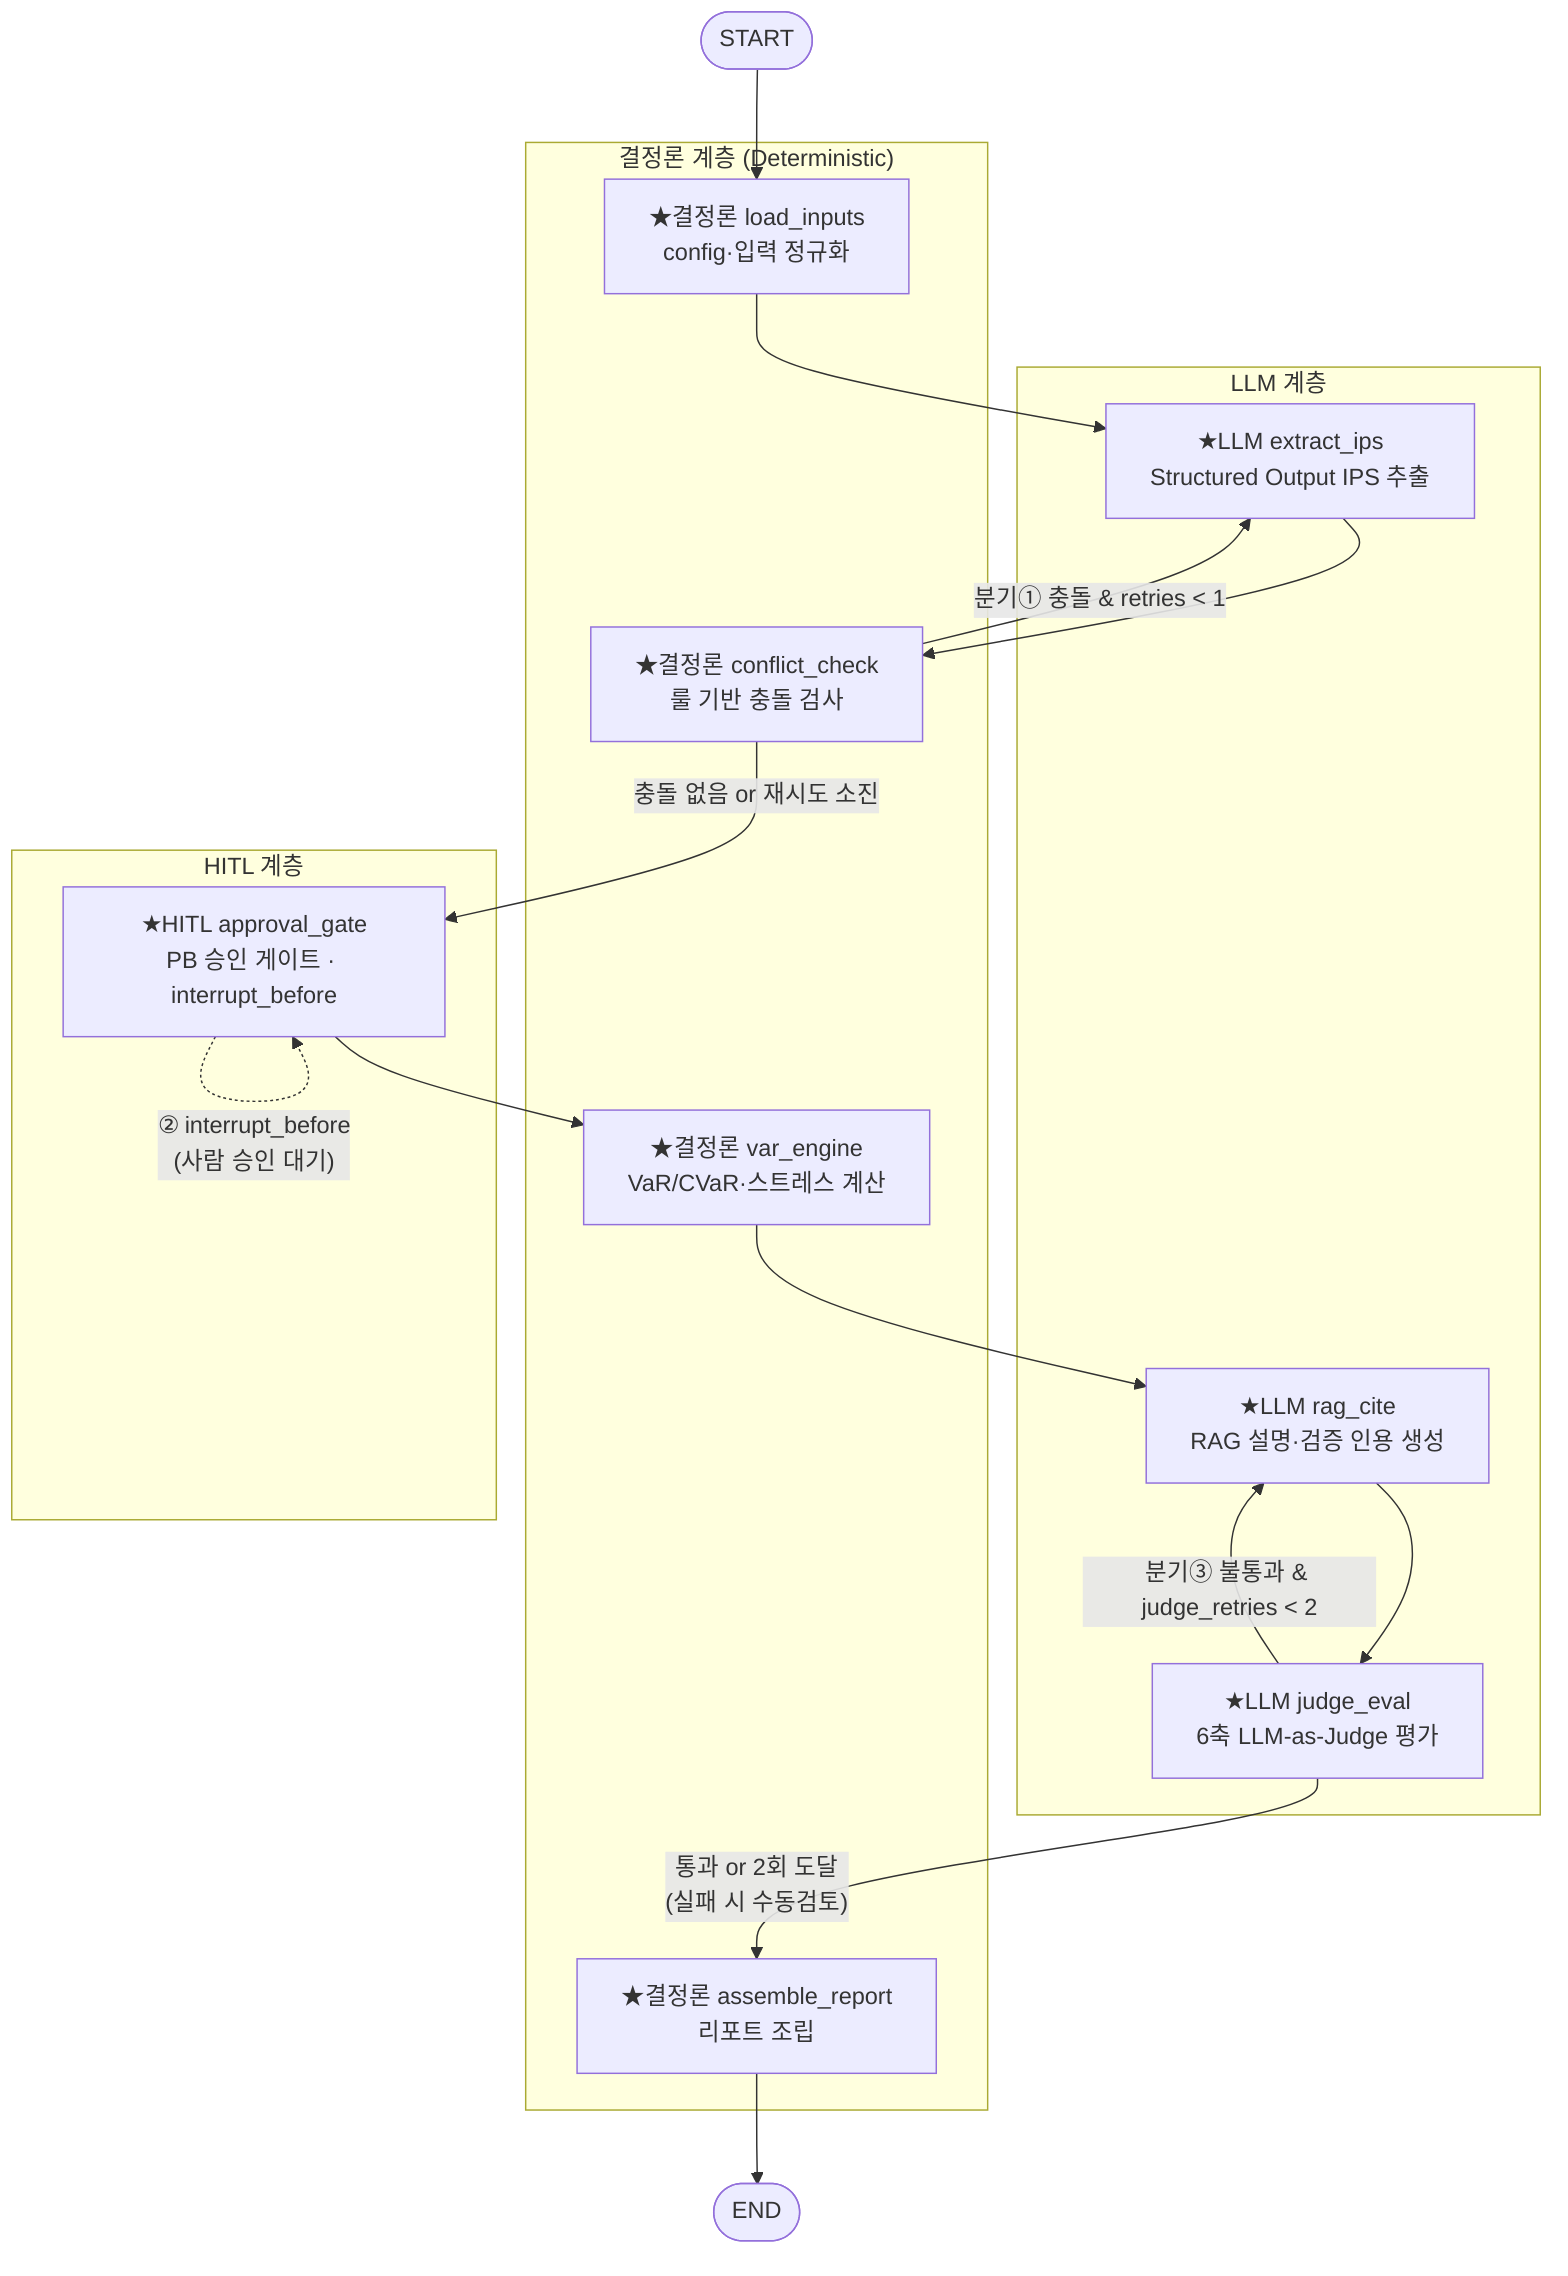
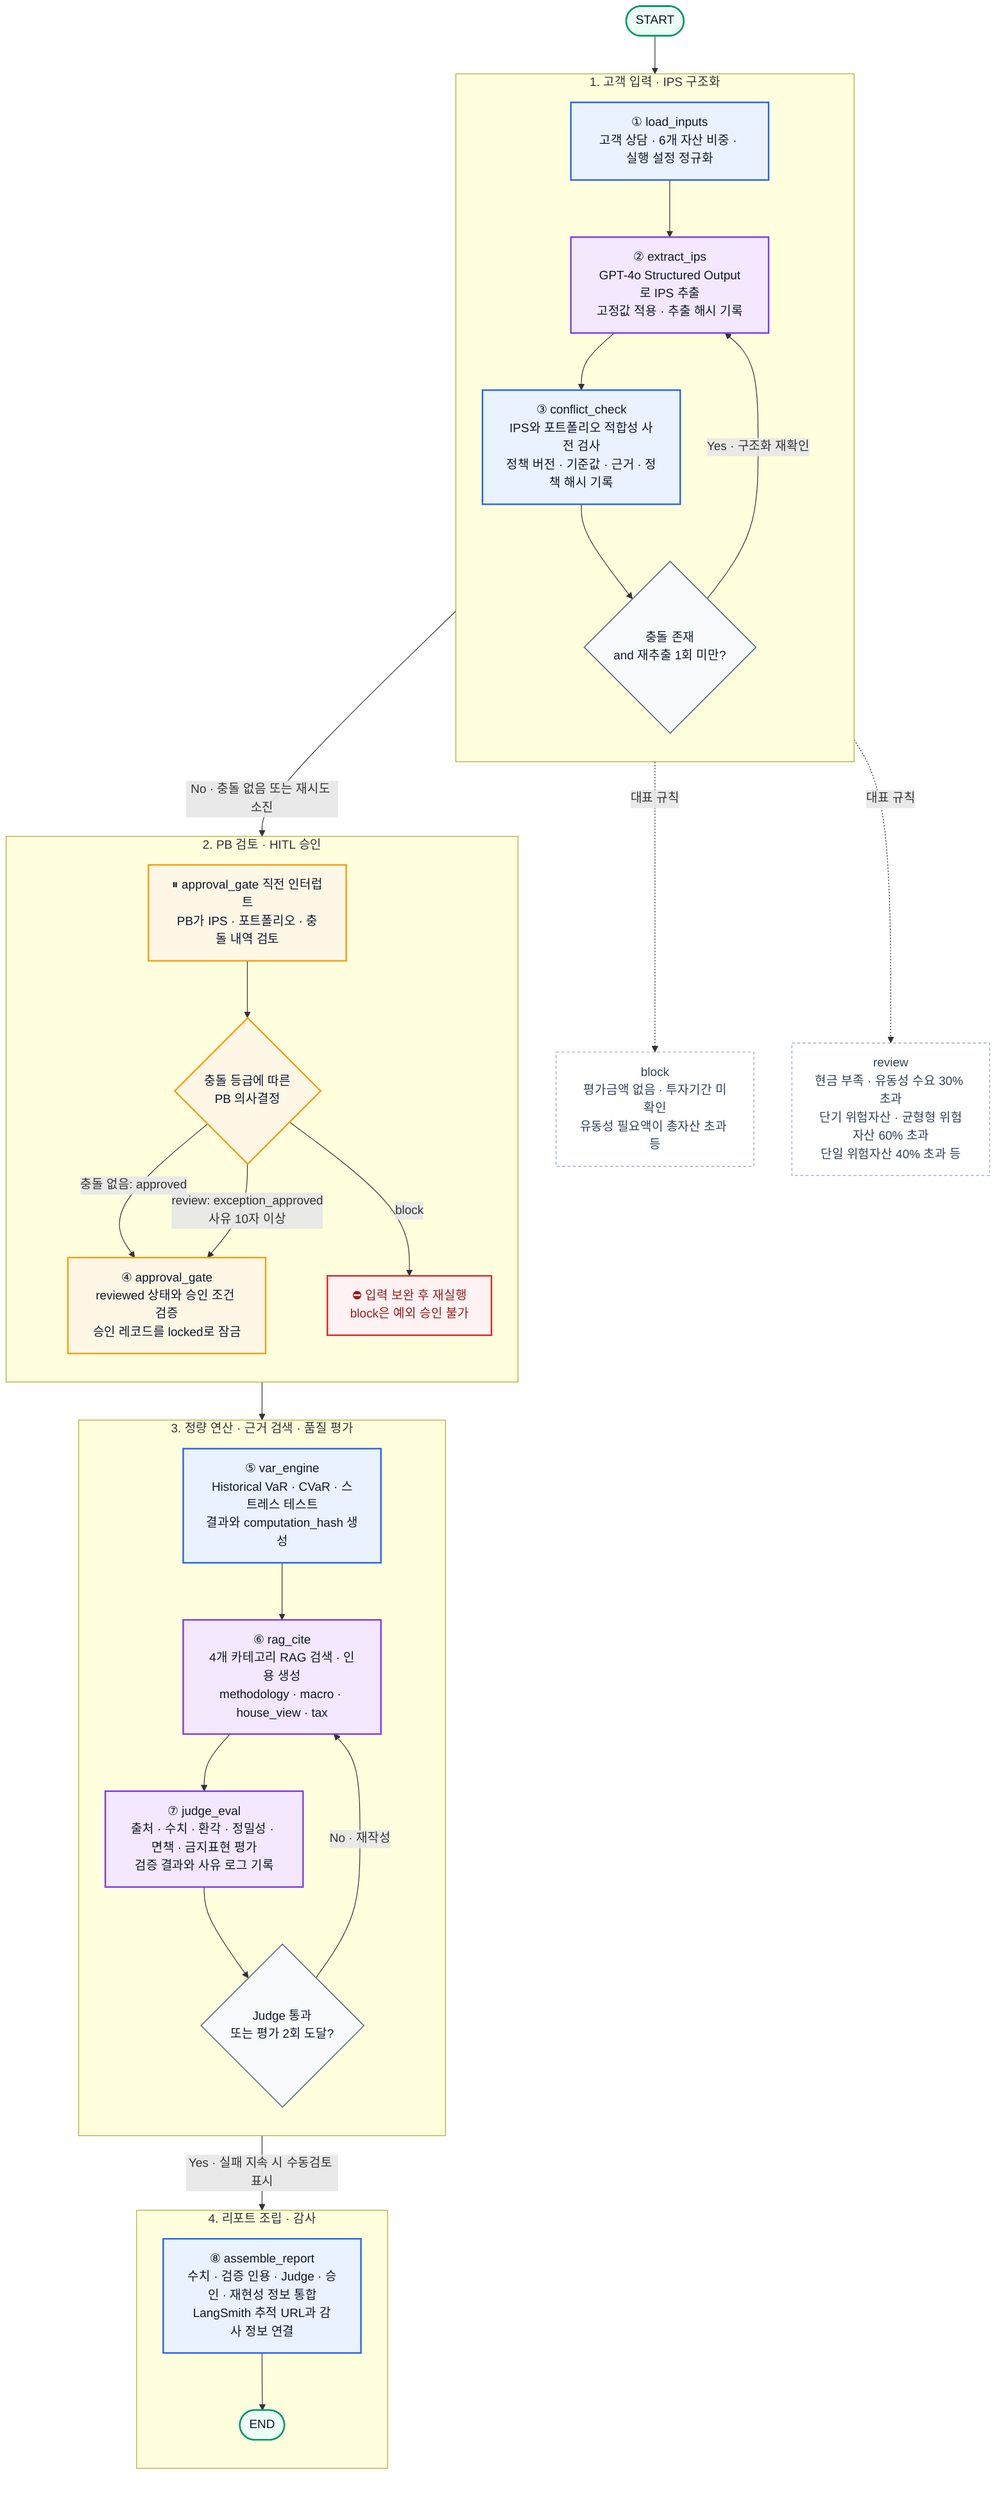
+ %% S.ymphony 최종 LangGraph 구성
+ %% 실제 그래프 노드: 8개 / 조건부 루프: 2개 / HITL 인터럽트: 1개
flowchart TD
-     START([START]) --> load_inputs
+     START([START]) --> N1

-     subgraph DET["결정론 계층 (Deterministic)"]
-         load_inputs["★결정론 load_inputs<br/>config·입력 정규화"]
-         conflict_check["★결정론 conflict_check<br/>룰 기반 충돌 검사"]
-         var_engine["★결정론 var_engine<br/>VaR/CVaR·스트레스 계산"]
-         assemble_report["★결정론 assemble_report<br/>리포트 조립"]
+     subgraph INPUT["1. 고객 입력 · IPS 구조화"]
+         direction TD
+         N1["① load_inputs<br/>고객 상담 · 6개 자산 비중 · 실행 설정 정규화"]
+         N2["② extract_ips<br/>GPT-4o Structured Output로 IPS 추출<br/>고정값 적용 · 추출 해시 기록"]
+         N3["③ conflict_check<br/>IPS와 포트폴리오 적합성 사전 검사<br/>정책 버전 · 기준값 · 근거 · 정책 해시 기록"]
+         R1{"충돌 존재<br/>and 재추출 1회 미만?"}
+ 
+         N1 --> N2 --> N3 --> R1
+         R1 -- "Yes · 구조화 재확인" --> N2
    end

-     subgraph LLM["LLM 계층"]
-         extract_ips["★LLM extract_ips<br/>Structured Output IPS 추출"]
-         rag_cite["★LLM rag_cite<br/>RAG 설명·검증 인용 생성"]
-         judge_eval["★LLM judge_eval<br/>6축 LLM-as-Judge 평가"]
+     R1 -- "No · 충돌 없음 또는 재시도 소진" --> H1
+ 
+     subgraph APPROVAL["2. PB 검토 · HITL 승인"]
+         direction TD
+         H1["⏸ approval_gate 직전 인터럽트<br/>PB가 IPS · 포트폴리오 · 충돌 내역 검토"]
+         A1{"충돌 등급에 따른<br/>PB 의사결정"}
+         N4["④ approval_gate<br/>reviewed 상태와 승인 조건 검증<br/>승인 레코드를 locked로 잠금"]
+         STOP["⛔ 입력 보완 후 재실행<br/>block은 예외 승인 불가"]
+ 
+         H1 --> A1
+         A1 -- "충돌 없음: approved" --> N4
+         A1 -- "review: exception_approved<br/>사유 10자 이상" --> N4
+         A1 -- "block" --> STOP
    end

-     subgraph HITL["HITL 계층"]
-         approval_gate["★HITL approval_gate<br/>PB 승인 게이트 · interrupt_before"]
+     N4 --> N5
+ 
+     subgraph ANALYSIS["3. 정량 연산 · 근거 검색 · 품질 평가"]
+         direction TD
+         N5["⑤ var_engine<br/>Historical VaR · CVaR · 스트레스 테스트<br/>결과와 computation_hash 생성"]
+         N6["⑥ rag_cite<br/>4개 카테고리 RAG 검색 · 인용 생성<br/>methodology · macro · house_view · tax"]
+         N7["⑦ judge_eval<br/>출처 · 수치 · 환각 · 정밀성 · 면책 · 금지표현 평가<br/>검증 결과와 사유 로그 기록"]
+         R2{"Judge 통과<br/>또는 평가 2회 도달?"}
+ 
+         N5 --> N6 --> N7 --> R2
+         R2 -- "No · 재작성" --> N6
    end

-     load_inputs --> extract_ips
-     extract_ips --> conflict_check
-     conflict_check -- "분기① 충돌 & retries < 1" --> extract_ips
-     conflict_check -- "충돌 없음 or 재시도 소진" --> approval_gate
-     approval_gate -. "② interrupt_before<br/>(사람 승인 대기)" .-> approval_gate
-     approval_gate --> var_engine
-     var_engine --> rag_cite
-     rag_cite --> judge_eval
-     judge_eval -- "분기③ 불통과 & judge_retries < 2" --> rag_cite
-     judge_eval -- "통과 or 2회 도달<br/>(실패 시 수동검토)" --> assemble_report
-     assemble_report --> END([END])
+     R2 -- "Yes · 실패 지속 시 수동검토 표시" --> N8
+ 
+     subgraph OUTPUT["4. 리포트 조립 · 감사"]
+         direction TD
+         N8["⑧ assemble_report<br/>수치 · 검증 인용 · Judge · 승인 · 재현성 정보 통합<br/>LangSmith 추적 URL과 감사 정보 연결"]
+         END([END])
+ 
+         N8 --> END
+     end
+ 
+     NOTE1["block<br/>평가금액 없음 · 투자기간 미확인<br/>유동성 필요액이 총자산 초과 등"]
+     NOTE2["review<br/>현금 부족 · 유동성 수요 30% 초과<br/>단기 위험자산 · 균형형 위험자산 60% 초과<br/>단일 위험자산 40% 초과 등"]
+     N3 -. "대표 규칙" .-> NOTE1
+     N3 -. "대표 규칙" .-> NOTE2
+ 
+     classDef deterministic fill:#EAF2FF,stroke:#2563EB,color:#0F172A,stroke-width:2px;
+     classDef llm fill:#F3E8FF,stroke:#7C3AED,color:#0F172A,stroke-width:2px;
+     classDef hitl fill:#FFF7E6,stroke:#F59E0B,color:#0F172A,stroke-width:2px;
+     classDef route fill:#F8FAFC,stroke:#64748B,color:#0F172A,stroke-width:1.5px;
+     classDef terminal fill:#ECFDF5,stroke:#059669,color:#0F172A,stroke-width:2px;
+     classDef stop fill:#FEF2F2,stroke:#DC2626,color:#991B1B,stroke-width:2px;
+     classDef note fill:#FFFFFF,stroke:#94A3B8,color:#334155,stroke-dasharray:4 3;
+ 
+     class N1,N3,N5,N8 deterministic;
+     class N2,N6,N7 llm;
+     class H1,A1,N4 hitl;
+     class R1,R2 route;
+     class START,END terminal;
+     class STOP stop;
+     class NOTE1,NOTE2 note;
